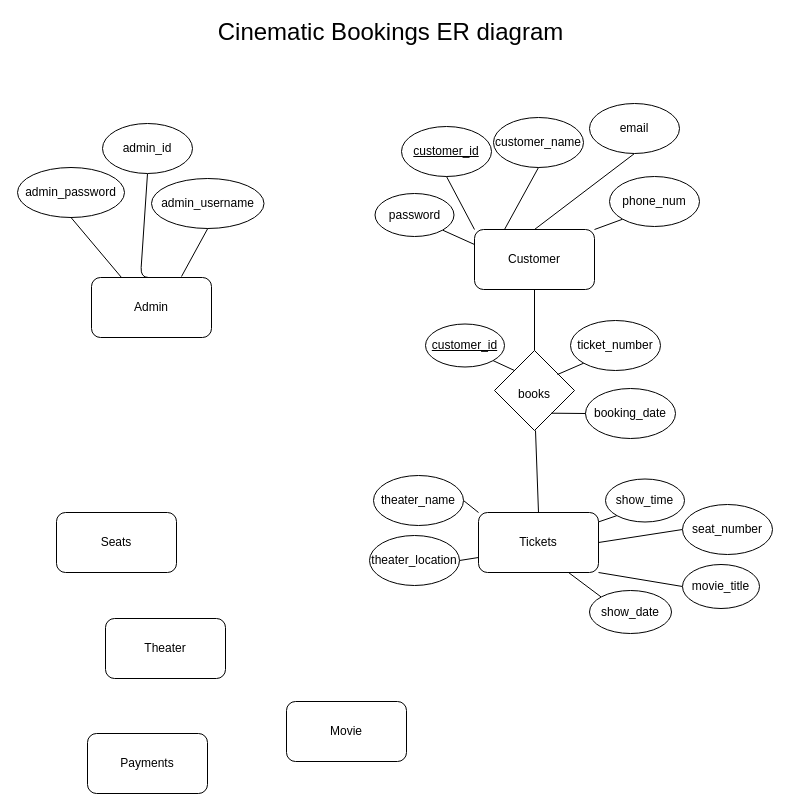
Above: movie.drawio in mrashid2019/CinematicBookings (draw.io), before the change. Source tidied: cells renumbered, new cells numbered last; positions are measured from the earlier drawing's top-left corner, leaving out a move shared by most shapes. Both pictures are drawn from the tidied source at 100%, with x=0, y=0 at pixel (17, 17).
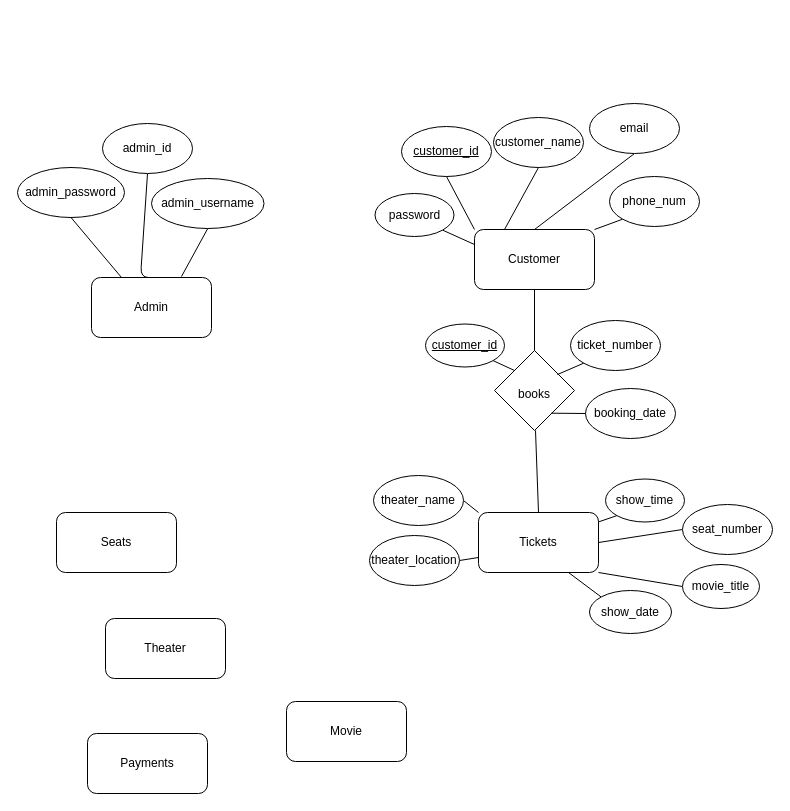
The same page after the edit.

Diff of the diagram source:
```diff
@@
-    <mxCell id="13" value="&lt;font style=&quot;font-size: 24px&quot;&gt;Cinematic Bookings ER diagram&lt;/font&gt;" style="text;html=1;strokeColor=none;fillColor=none;align=center;verticalAlign=middle;whiteSpace=wrap;rounded=0;" parent="1" vertex="1">
-      <mxGeometry x="190" width="367" height="30" as="geometry" />
-    </mxCell>
```
